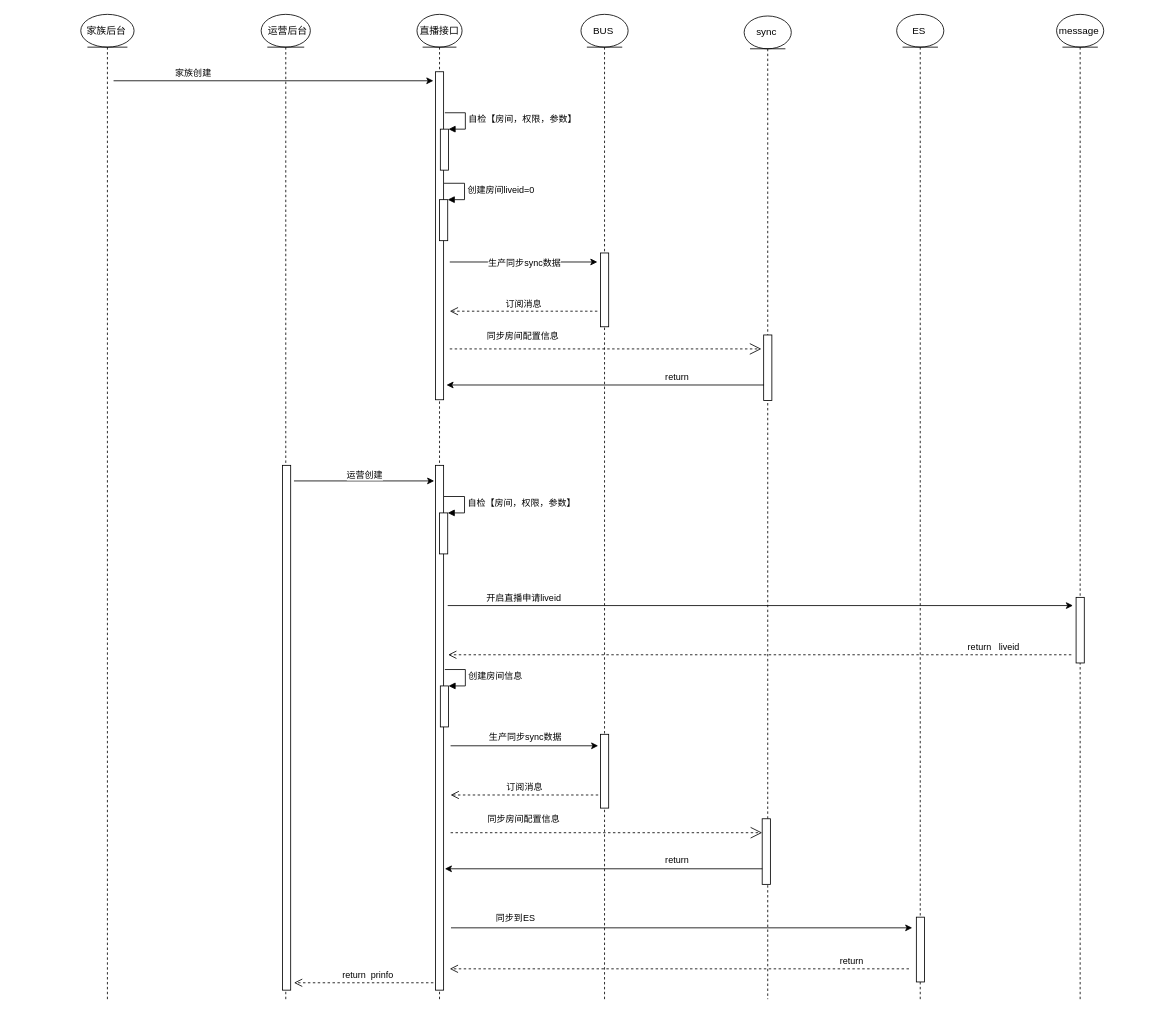
The draw.io diagram page "创建公共房" (11 of 11) of pepper/公共房.drawio in wclssdn/draw.io, before the edit. Source tidied: cells renumbered, new cells numbered last; positions are measured from the earlier drawing's top-left corner, leaving out a move shared by most shapes. Both pictures are drawn from the tidied source at 82%, with x=0, y=0 at pixel (80, 14).
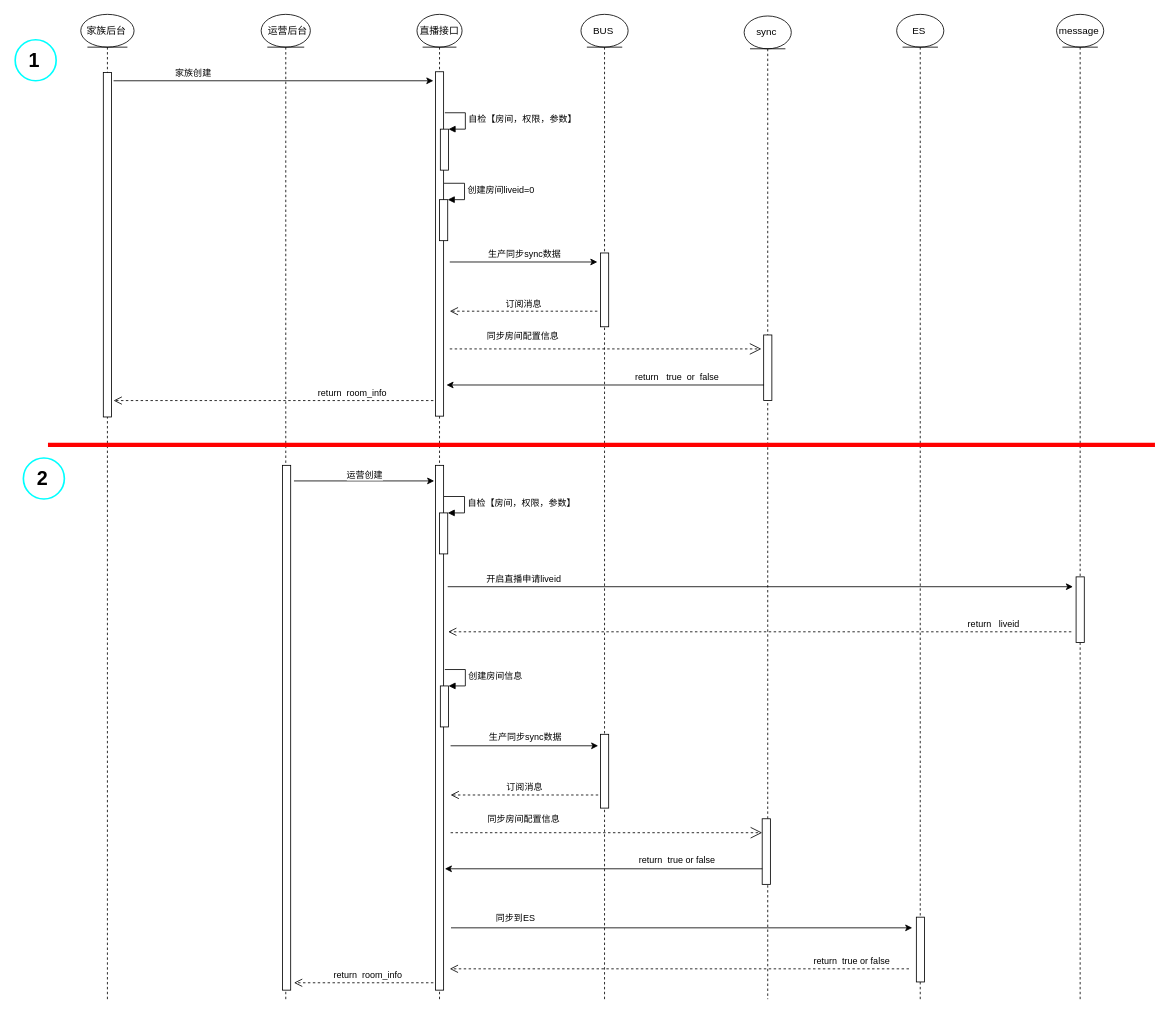
Above is the later version.

The change refers to these unchanged cells:
```xml
<mxCell id="2" style="shape=umlLifeline;participant=umlEntity;perimeter=lifelinePerimeter;whiteSpace=wrap;html=1;verticalAlign=top;spacingTop=36;" parent="1" vertex="1">
  <mxGeometry width="65" height="1201" as="geometry" />
</mxCell>
<mxCell id="7" style="shape=umlLifeline;participant=umlEntity;perimeter=lifelinePerimeter;whiteSpace=wrap;html=1;verticalAlign=top;spacingTop=36;" parent="1" vertex="1">
  <mxGeometry x="410" width="55" height="1201" as="geometry" />
</mxCell>
<mxCell id="24" style="endArrow=classic;html=1;rounded=0;" parent="1" edge="1">
  <mxGeometry relative="1" as="geometry">
    <mxPoint x="450" y="302" as="sourcePoint" />
    <mxPoint x="630" y="302" as="targetPoint" />
  </mxGeometry>
</mxCell>
<mxCell id="32" style="shape=umlLifeline;participant=umlEntity;perimeter=lifelinePerimeter;whiteSpace=wrap;html=1;verticalAlign=top;spacingTop=36;" parent="1" vertex="1">
  <mxGeometry x="1190" width="57.5" height="1201" as="geometry" />
</mxCell>
<mxCell id="35" style="endArrow=classic;html=1;rounded=0;" parent="1" edge="1">
  <mxGeometry relative="1" as="geometry">
    <mxPoint x="833.2" y="452" as="sourcePoint" />
    <mxPoint x="446" y="452" as="targetPoint" />
  </mxGeometry>
</mxCell>
<mxCell id="43" style="endArrow=classic;html=1;rounded=0;" parent="1" edge="1">
  <mxGeometry relative="1" as="geometry">
    <mxPoint x="831.2" y="1042" as="sourcePoint" />
    <mxPoint x="444" y="1042" as="targetPoint" />
  </mxGeometry>
</mxCell>
```

The edit, as a diff of the source:
```diff
@@
+    <mxCell id="56" style="html=1;perimeter=orthogonalPerimeter;" parent="2" vertex="1">
+      <mxGeometry x="27.5" y="71" width="10" height="420" as="geometry" />
+    </mxCell>
@@
     <mxCell id="9" style="html=1;perimeter=orthogonalPerimeter;" parent="7" vertex="1">
-      <mxGeometry x="22.5" y="70" width="10" height="400" as="geometry" />
+      <mxGeometry x="22.5" y="70" width="10" height="420" as="geometry" />
     </mxCell>
@@
     <mxCell id="25" value="生产同步sync数据" style="edgeLabel;html=1;align=center;verticalAlign=middle;" parent="24" vertex="1">
-      <mxGeometry relative="1" as="geometry" />
+      <mxGeometry relative="1" as="geometry">
+        <mxPoint y="-11" as="offset" />
+      </mxGeometry>
     </mxCell>
@@
     <mxCell id="34" style="html=1;perimeter=orthogonalPerimeter;" parent="32" vertex="1">
-      <mxGeometry x="23.8" y="711" width="10" height="80" as="geometry" />
+      <mxGeometry x="23.8" y="686" width="10" height="80" as="geometry" />
     </mxCell>
@@
-    <mxCell id="36" value="return" style="edgeLabel;html=1;align=center;verticalAlign=middle;" parent="35" vertex="1">
+    <mxCell id="36" value="return&amp;nbsp; &amp;nbsp;true&amp;nbsp; or&amp;nbsp; false" style="edgeLabel;html=1;align=center;verticalAlign=middle;" parent="35" vertex="1">
       <mxGeometry relative="1" as="geometry">
         <mxPoint x="87" y="-10" as="offset" />
       </mxGeometry>
     </mxCell>
@@
-    <mxCell id="44" value="return" style="edgeLabel;html=1;align=center;verticalAlign=middle;" parent="43" vertex="1">
+    <mxCell id="44" value="return&amp;nbsp; true or false" style="edgeLabel;html=1;align=center;verticalAlign=middle;" parent="43" vertex="1">
       <mxGeometry relative="1" as="geometry">
         <mxPoint x="89" y="-11" as="offset" />
       </mxGeometry>
     </mxCell>
@@
-    <mxCell id="49" value="return" style="html=1;verticalAlign=bottom;endArrow=open;dashed=1;endSize=8;rounded=0;" parent="1" edge="1">
+    <mxCell id="49" value="return&amp;nbsp; true or false" style="html=1;verticalAlign=bottom;endArrow=open;dashed=1;endSize=8;rounded=0;" parent="1" edge="1">
       <mxGeometry x="-0.75" relative="1" as="geometry">
         <mxPoint x="1010" y="1164" as="sourcePoint" />
         <mxPoint x="450" y="1164" as="targetPoint" />
       </mxGeometry>
     </mxCell>
-    <mxCell id="50" style="endArrow=classic;html=1;rounded=0;" parent="1" edge="1">
-      <mxGeometry relative="1" as="geometry">
-        <mxPoint x="447.5" y="721" as="sourcePoint" />
-        <mxPoint x="1210" y="721" as="targetPoint" />
-      </mxGeometry>
-    </mxCell>
-    <mxCell id="51" value="开启直播申请liveid" style="edgeLabel;html=1;align=center;verticalAlign=middle;" parent="50" vertex="1">
-      <mxGeometry relative="1" as="geometry">
-        <mxPoint x="-289" y="-10" as="offset" />
-      </mxGeometry>
-    </mxCell>
     <mxCell id="52" value="return&amp;nbsp; &amp;nbsp;liveid" style="html=1;verticalAlign=bottom;endArrow=open;dashed=1;endSize=8;rounded=0;" parent="1" edge="1">
       <mxGeometry x="-0.75" relative="1" as="geometry">
-        <mxPoint x="1208" y="781" as="sourcePoint" />
-        <mxPoint x="448" y="781" as="targetPoint" />
+        <mxPoint x="1208" y="753" as="sourcePoint" />
+        <mxPoint x="448" y="753" as="targetPoint" />
       </mxGeometry>
     </mxCell>
-    <mxCell id="53" value="return&amp;nbsp; prinfo" style="html=1;verticalAlign=bottom;endArrow=open;dashed=1;endSize=8;rounded=0;" parent="1" edge="1">
+    <mxCell id="53" value="return&amp;nbsp; room_info" style="html=1;verticalAlign=bottom;endArrow=open;dashed=1;endSize=8;rounded=0;" parent="1" edge="1">
       <mxGeometry x="-0.06" relative="1" as="geometry">
         <mxPoint x="430" y="1181" as="sourcePoint" />
         <mxPoint x="260" y="1181" as="targetPoint" />
       </mxGeometry>
     </mxCell>
@@
+    <mxCell id="57" value="return&amp;nbsp; room_info" style="html=1;verticalAlign=bottom;endArrow=open;dashed=1;endSize=8;rounded=0;" parent="1" edge="1">
+      <mxGeometry x="-0.49" relative="1" as="geometry">
+        <mxPoint x="430" y="471" as="sourcePoint" />
+        <mxPoint x="40" y="471" as="targetPoint" />
+      </mxGeometry>
+    </mxCell>
+    <mxCell id="58" style="endArrow=classic;html=1;rounded=0;" parent="1" edge="1">
+      <mxGeometry relative="1" as="geometry">
+        <mxPoint x="447.5" y="698" as="sourcePoint" />
+        <mxPoint x="1210" y="698" as="targetPoint" />
+      </mxGeometry>
+    </mxCell>
+    <mxCell id="51" value="开启直播申请liveid" style="edgeLabel;html=1;align=center;verticalAlign=middle;" parent="58" vertex="1">
+      <mxGeometry relative="1" as="geometry">
+        <mxPoint x="-289" y="-10" as="offset" />
+      </mxGeometry>
+    </mxCell>
+    <mxCell id="59" style="line;strokeWidth=5;fillColor=none;align=left;verticalAlign=middle;spacingTop=-1;spacingLeft=3;spacingRight=3;labelPosition=right;strokeColor=#FF0000;" parent="1" vertex="1">
+      <mxGeometry x="-40" y="521" width="1350" height="8" as="geometry" />
+    </mxCell>
+    <mxCell id="60" style="verticalLabelPosition=bottom;verticalAlign=top;html=1;shape=mxgraph.flowchart.on-page_reference;strokeColor=#00FFFF;strokeWidth=2;" parent="1" vertex="1">
+      <mxGeometry x="-80" y="31" width="50" height="50" as="geometry" />
+    </mxCell>
+    <mxCell id="61" value="1" style="text;strokeColor=none;fillColor=none;html=1;fontSize=24;fontStyle=1;verticalAlign=middle;align=center;" parent="1" vertex="1">
+      <mxGeometry x="-78" y="42" width="42" height="29" as="geometry" />
+    </mxCell>
+    <mxCell id="62" style="verticalLabelPosition=bottom;verticalAlign=top;html=1;shape=mxgraph.flowchart.on-page_reference;strokeColor=#00FFFF;strokeWidth=2;" parent="1" vertex="1">
+      <mxGeometry x="-70" y="541" width="50" height="50" as="geometry" />
+    </mxCell>
+    <mxCell id="63" value="2" style="text;strokeColor=none;fillColor=none;html=1;fontSize=24;fontStyle=1;verticalAlign=middle;align=center;" parent="1" vertex="1">
+      <mxGeometry x="-68" y="552" width="42" height="29" as="geometry" />
+    </mxCell>
```
